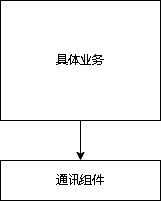
This is cgopro_通讯组件.drawio.png from xktder/draw, a draw.io export, as it was before one commit. Source tidied: cells renumbered, new cells last; positions are measured from the earlier drawing's top-left corner, leaving out a move shared by most shapes. Its diagram source:
```xml
<mxGraphModel>
  <root>
    <mxCell id="0" />
    <mxCell id="1" parent="0" />
    <mxCell id="2" style="edgeStyle=orthogonalEdgeStyle;rounded=0;jettySize=auto;html=1;entryX=0.5;entryY=0;entryDx=0;entryDy=0;" parent="1" edge="1" source="3" target="4">
      <mxGeometry relative="1" as="geometry" />
    </mxCell>
    <mxCell id="3" value="具体业务" style="rounded=0;whiteSpace=wrap;html=1;" parent="1" vertex="1">
      <mxGeometry width="160" height="120" as="geometry" />
    </mxCell>
    <mxCell id="4" value="通讯组件" style="rounded=0;whiteSpace=wrap;html=1;" parent="1" vertex="1">
      <mxGeometry y="160" width="160" height="40" as="geometry" />
    </mxCell>
  </root>
</mxGraphModel>
```
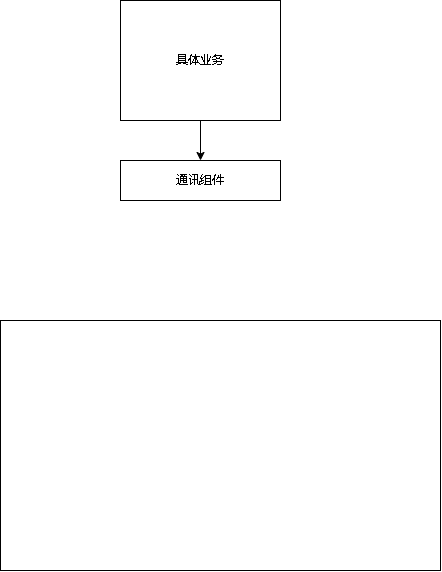
After the change.

Commit message:
更新cgopro_通讯组件.drawio.png

Change to the diagram source:
```diff
@@ -11,5 +11,8 @@
     <mxCell id="4" value="通讯组件" style="rounded=0;whiteSpace=wrap;html=1;" parent="1" vertex="1">
       <mxGeometry y="160" width="160" height="40" as="geometry" />
     </mxCell>
+    <mxCell id="5" style="rounded=0;whiteSpace=wrap;html=1;" parent="1" vertex="1">
+      <mxGeometry x="-120" y="320" width="440" height="250" as="geometry" />
+    </mxCell>
   </root>
 </mxGraphModel>
```
